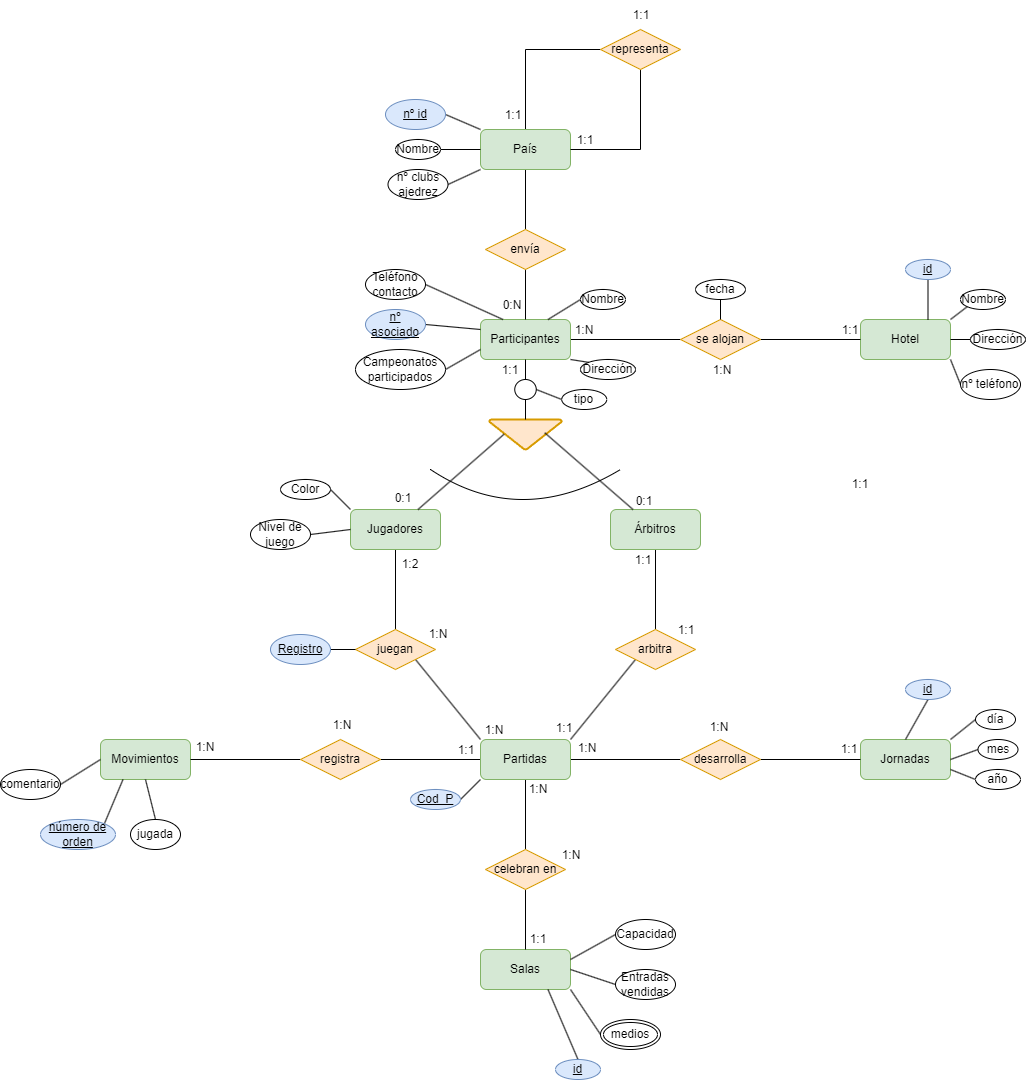
LuisMGlez/base-datos keeps this draw.io diagram as Unidad-1/Tareas/Tareas-evaluables/Tarea-evaluable-2/tarea-evaluable-2.drawio.png. Above is the earlier version. Source tidied: cells renumbered, new cells last; positions are measured from the earlier drawing's top-left corner, leaving out a move shared by most shapes.
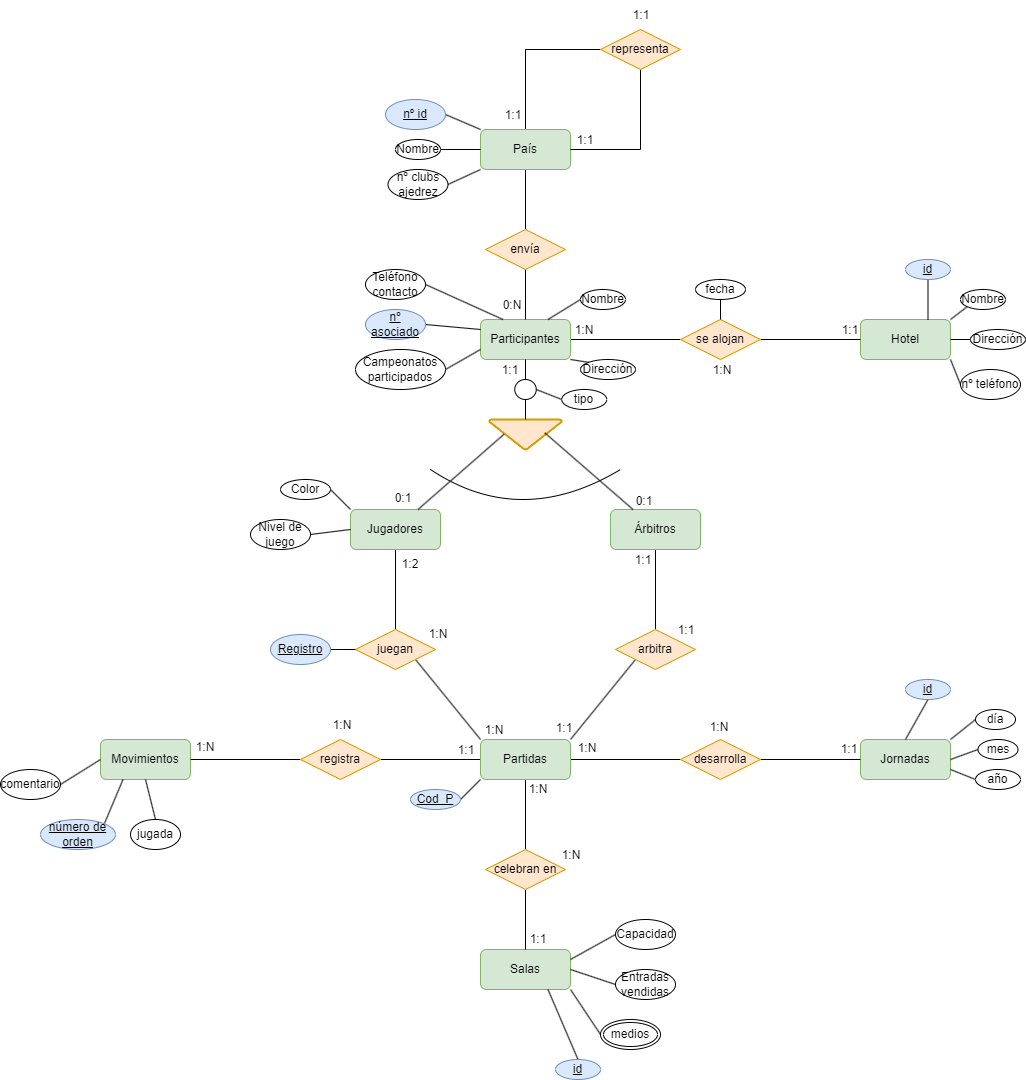
Above is the later version.

Diff of the diagram source:
```diff
@@ -302,9 +302,6 @@
     <mxCell id="99" value="comentario" style="ellipse;whiteSpace=wrap;html=1;" parent="1" vertex="1">
       <mxGeometry y="769" width="60" height="30" as="geometry" />
     </mxCell>
-    <mxCell id="100" value="1:1" style="text;strokeColor=none;align=center;fillColor=none;html=1;verticalAlign=middle;whiteSpace=wrap;rounded=0;" parent="1" vertex="1">
-      <mxGeometry x="830" y="469" width="60" height="30" as="geometry" />
-    </mxCell>
     <mxCell id="101" value="1:N" style="text;strokeColor=none;align=center;fillColor=none;html=1;verticalAlign=middle;whiteSpace=wrap;rounded=0;" parent="1" vertex="1">
       <mxGeometry x="553.8" y="315" width="60" height="30" as="geometry" />
     </mxCell>
```
